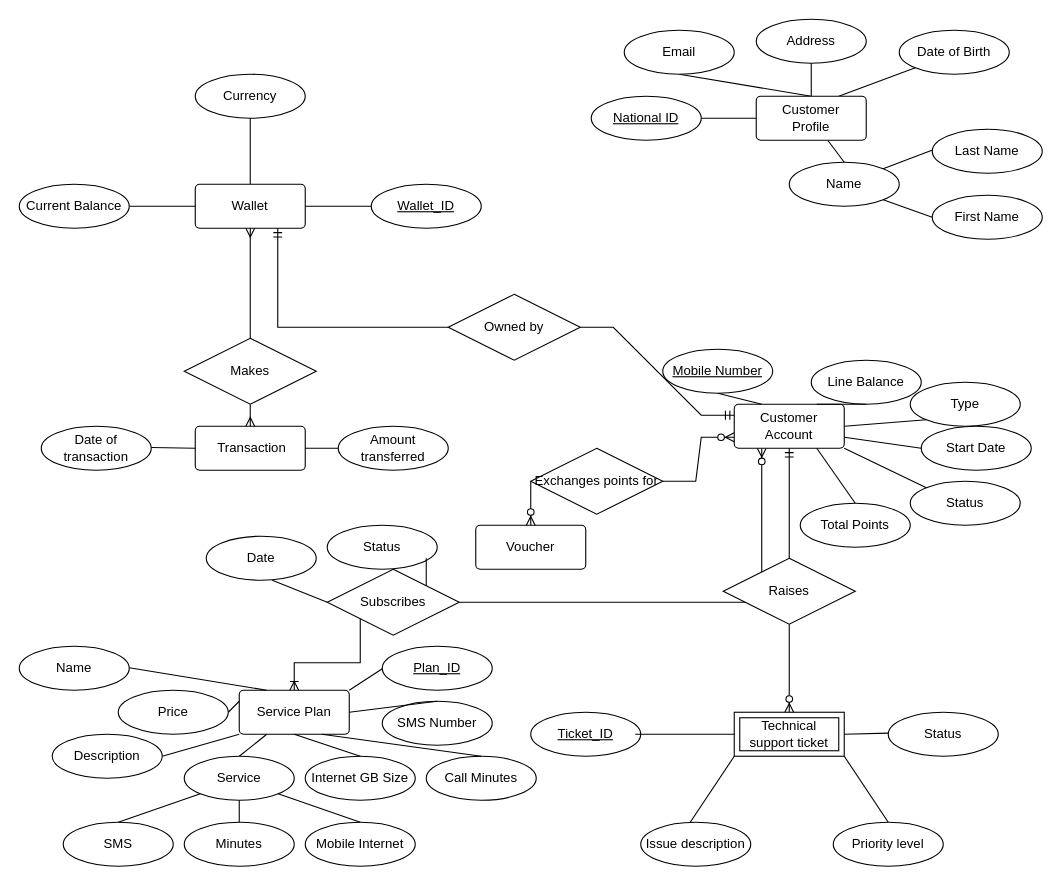
Above: Untitled Diagram.drawio in itsfadymate/Customer-Data-Management-System (draw.io), before the change. Source tidied: cells renumbered, new cells numbered last; positions are measured from the earlier drawing's top-left corner, leaving out a move shared by most shapes. Both pictures are drawn from the tidied source at 110%, with x=0, y=0 at pixel (19, 19).
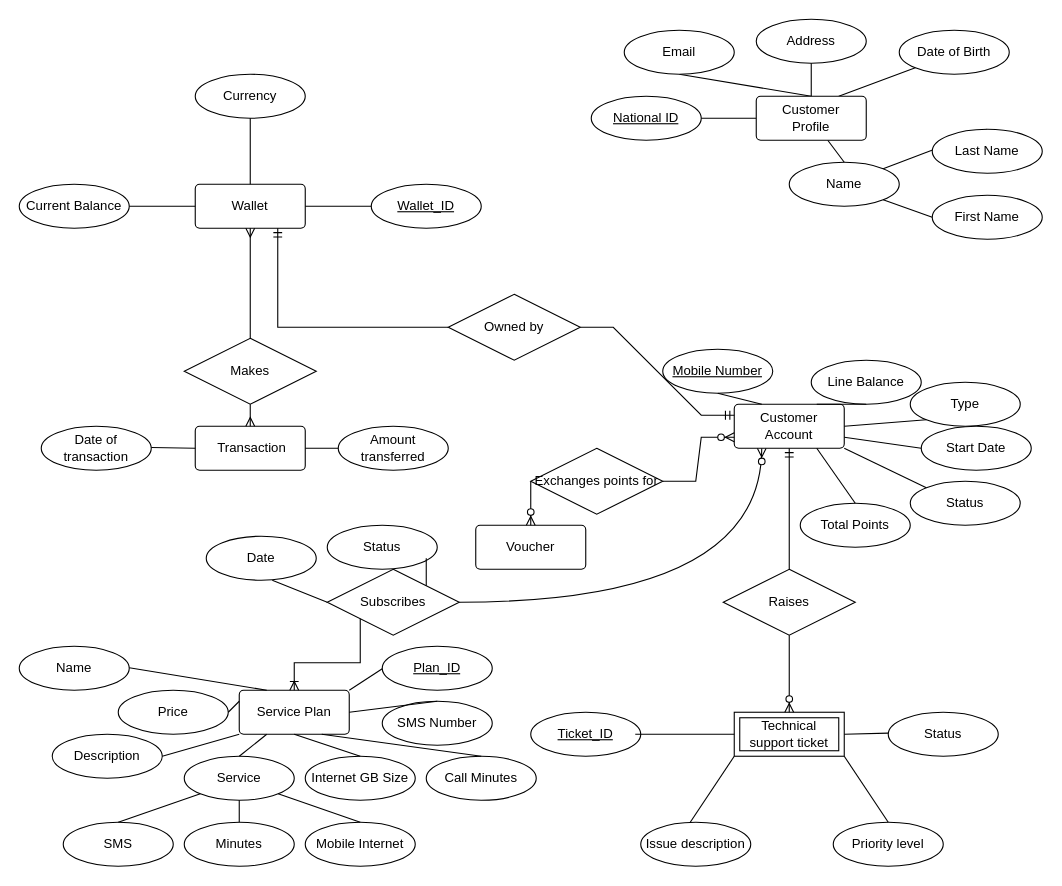
The same page after the edit.

The change refers to these unchanged cells:
```xml
<mxCell id="10" value="Customer Account" style="rounded=1;arcSize=10;whiteSpace=wrap;html=1;align=center;" parent="1" vertex="1">
  <mxGeometry x="650" y="350" width="100" height="40" as="geometry" />
</mxCell>
<mxCell id="88" value="Subscribes" style="shape=rhombus;perimeter=rhombusPerimeter;whiteSpace=wrap;html=1;align=center;rotation=0;" parent="1" vertex="1">
  <mxGeometry x="280" y="500" width="120" height="60" as="geometry" />
</mxCell>
```

The edit, as a diff of the source:
```diff
@@
-    <mxCell id="2" style="edgeStyle=orthogonalEdgeStyle;fontSize=12;html=1;endArrow=ERzeroToMany;endFill=1;rounded=0;fontFamily=Helvetica;fontColor=default;fontStyle=4;exitX=1;exitY=0.5;exitDx=0;exitDy=0;entryX=0.25;entryY=1;entryDx=0;entryDy=0;" parent="1" edge="1" source="88" target="10">
+    <mxCell id="2" style="edgeStyle=orthogonalEdgeStyle;fontSize=12;html=1;endArrow=ERzeroToMany;endFill=1;rounded=0;fontFamily=Helvetica;fontColor=default;fontStyle=4;exitX=1;exitY=0.5;exitDx=0;exitDy=0;entryX=0.25;entryY=1;entryDx=0;entryDy=0;curved=1;" parent="1" edge="1" source="88" target="10">
       <mxGeometry relative="1" as="geometry" />
     </mxCell>
@@
     <mxCell id="26" value="Raises" style="shape=rhombus;perimeter=rhombusPerimeter;whiteSpace=wrap;html=1;align=center;" parent="1" vertex="1">
-      <mxGeometry x="640" y="490" width="120" height="60" as="geometry" />
+      <mxGeometry x="640" y="500" width="120" height="60" as="geometry" />
     </mxCell>
```
